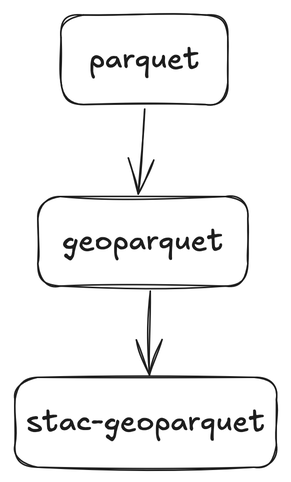
Before: img/stac-geoparquet.excalidraw.png, a diagram exported from Excalidraw (gadomski/presentations). Source tidied: one line per element, renumbered; positions are measured from the earlier drawing's top-left corner, leaving out a move shared by most shapes. Source of this version:
```json
{"id": 0, "type": "rectangle", "strokeColor": "#1e1e1e", "strokeWidth": 1, "roughness": 1, "round": true, "x": 31, "y": 0, "width": 111, "height": 60}
{"id": 1, "type": "text", "text": "parquet", "strokeColor": "#1e1e1e", "strokeWidth": 1, "roughness": 1, "fontSize": 20, "fontFamily": 5, "textAlign": "center", "verticalAlign": "middle", "inside": 0, "x": 49, "y": 17, "width": 74, "height": 25}
{"id": 2, "type": "rectangle", "strokeColor": "#1e1e1e", "strokeWidth": 1, "roughness": 1, "round": true, "x": 15, "y": 121, "width": 140, "height": 60}
{"id": 3, "type": "text", "text": "geoparquet", "strokeColor": "#1e1e1e", "strokeWidth": 1, "roughness": 1, "fontSize": 20, "fontFamily": 5, "textAlign": "center", "verticalAlign": "middle", "inside": 2, "x": 31, "y": 139, "width": 108, "height": 25}
{"id": 4, "type": "arrow", "strokeColor": "#1e1e1e", "strokeWidth": 1, "roughness": 1, "endArrowhead": "arrow", "from": 0, "to": 2, "x": 86, "y": 63, "width": 4, "height": 57, "points": [[0, 0], [-4, 57]]}
{"id": 5, "type": "rectangle", "strokeColor": "#1e1e1e", "strokeWidth": 1, "roughness": 1, "round": true, "x": 0, "y": 242, "width": 174, "height": 60}
{"id": 6, "type": "text", "text": "stac-geoparquet", "strokeColor": "#1e1e1e", "strokeWidth": 1, "roughness": 1, "fontSize": 20, "fontFamily": 5, "textAlign": "center", "verticalAlign": "middle", "inside": 5, "x": 7, "y": 259, "width": 160, "height": 25}
{"id": 7, "type": "arrow", "strokeColor": "#1e1e1e", "strokeWidth": 1, "roughness": 1, "endArrowhead": "arrow", "from": 2, "to": 5, "x": 90, "y": 184, "width": 1, "height": 56, "points": [[0, 0], [-1, 56]]}
```
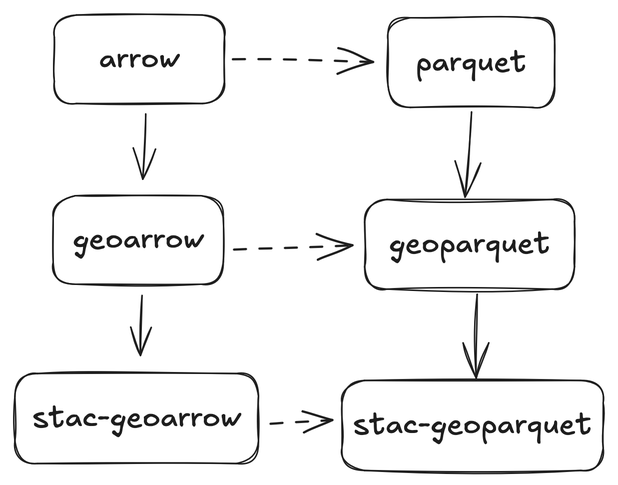
Later version of the same file.

Commit message:
feat: more stac-geoparquet slides

Change to the diagram source:
```diff
@@ -6,3 +6,14 @@
 {"id": 5, "type": "rectangle", "strokeColor": "#1e1e1e", "strokeWidth": 1, "roughness": 1, "round": true, "x": 0, "y": 242, "width": 174, "height": 60}
 {"id": 6, "type": "text", "text": "stac-geoparquet", "strokeColor": "#1e1e1e", "strokeWidth": 1, "roughness": 1, "fontSize": 20, "fontFamily": 5, "textAlign": "center", "verticalAlign": "middle", "inside": 5, "x": 7, "y": 259, "width": 160, "height": 25}
 {"id": 7, "type": "arrow", "strokeColor": "#1e1e1e", "strokeWidth": 1, "roughness": 1, "endArrowhead": "arrow", "from": 2, "to": 5, "x": 90, "y": 184, "width": 1, "height": 56, "points": [[0, 0], [-1, 56]]}
+{"id": 8, "type": "rectangle", "strokeColor": "#1e1e1e", "strokeWidth": 1, "roughness": 1, "round": true, "x": -192, "y": -2, "width": 114, "height": 59}
+{"id": 9, "type": "text", "text": "arrow", "strokeColor": "#1e1e1e", "strokeWidth": 1, "roughness": 1, "fontSize": 20, "fontFamily": 5, "textAlign": "center", "verticalAlign": "middle", "inside": 8, "x": -162, "y": 15, "width": 54, "height": 25}
+{"id": 10, "type": "arrow", "strokeColor": "#1e1e1e", "strokeWidth": 1, "strokeStyle": "dashed", "roughness": 1, "endArrowhead": "arrow", "from": 8, "to": 0, "x": -73, "y": 28, "width": 94, "height": 2, "points": [[0, 0], [94, 2]]}
+{"id": 11, "type": "rectangle", "strokeColor": "#1e1e1e", "strokeWidth": 1, "roughness": 1, "round": true, "x": -193, "y": 119, "width": 114, "height": 59}
+{"id": 12, "type": "text", "text": "geoarrow", "strokeColor": "#1e1e1e", "strokeWidth": 1, "roughness": 1, "fontSize": 20, "fontFamily": 5, "textAlign": "center", "verticalAlign": "middle", "inside": 11, "x": -180, "y": 136, "width": 88, "height": 25}
+{"id": 13, "type": "arrow", "strokeColor": "#1e1e1e", "strokeWidth": 1, "strokeStyle": "dashed", "roughness": 1, "endArrowhead": "arrow", "from": 11, "to": 2, "x": -72, "y": 155, "width": 79, "height": 3, "points": [[0, 0], [79, -3]]}
+{"id": 14, "type": "rectangle", "strokeColor": "#1e1e1e", "strokeWidth": 1, "roughness": 1, "round": true, "x": -218, "y": 237, "width": 163, "height": 60}
+{"id": 15, "type": "text", "text": "stac-geoarrow", "strokeColor": "#1e1e1e", "strokeWidth": 1, "roughness": 1, "fontSize": 20, "fontFamily": 5, "textAlign": "center", "verticalAlign": "middle", "inside": 14, "x": -207, "y": 255, "width": 139, "height": 25}
+{"id": 16, "type": "arrow", "strokeColor": "#1e1e1e", "strokeWidth": 1, "strokeStyle": "dashed", "roughness": 1, "endArrowhead": "arrow", "from": 14, "to": 5, "x": -48, "y": 271, "width": 41, "height": 3, "points": [[0, 0], [41, -3]]}
+{"id": 17, "type": "arrow", "strokeColor": "#1e1e1e", "strokeWidth": 1, "roughness": 1, "endArrowhead": "arrow", "from": 8, "to": 11, "x": -131, "y": 64, "width": 2, "height": 44, "points": [[0, 0], [-2, 44]]}
+{"id": 18, "type": "arrow", "strokeColor": "#1e1e1e", "strokeWidth": 1, "roughness": 1, "endArrowhead": "arrow", "from": 11, "to": 14, "x": -133, "y": 185, "width": 1, "height": 40, "points": [[0, 0], [-1, 40]]}
```
